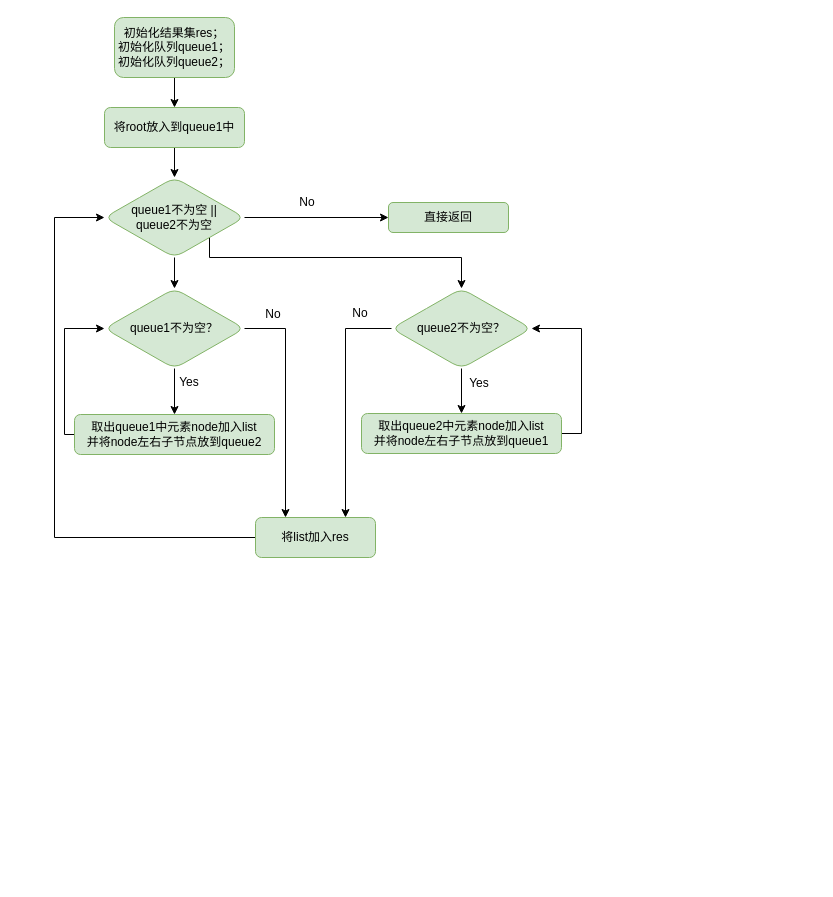
Earlier version of the draw.io diagram page "二叉树的层序遍历" (1 of 3) of 2022年4月9日.drawio (HonyoLAN/telmy). Source tidied: cells renumbered, new cells numbered last; positions are measured from the earlier drawing's top-left corner, leaving out a move shared by most shapes. Both pictures are drawn from the tidied source at 100%, with x=0, y=0 at pixel (54, 17).
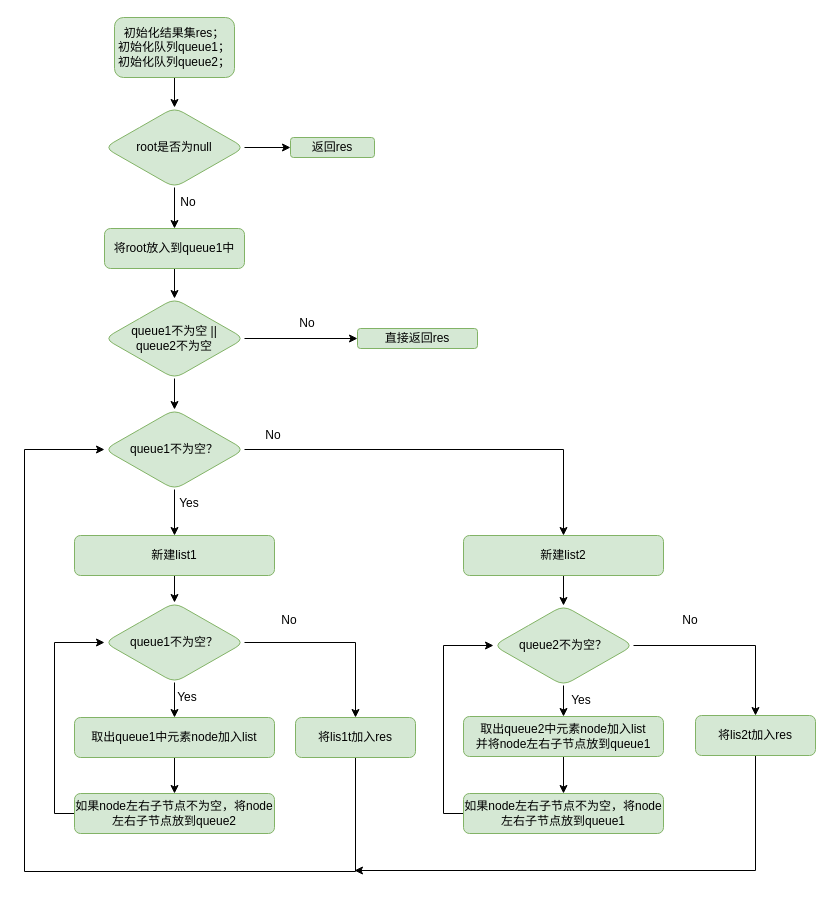
Above is the later version.

Commit message (it also covers changes not shown here):
更新2022年4月9日.drawio

Unchanged cells that the change refers to:
```xml
<mxCell id="3" value="初始化结果集res；&lt;br&gt;初始化队列queue1；&lt;br&gt;初始化队列queue2；" style="rounded=1;whiteSpace=wrap;html=1;fillColor=#d5e8d4;strokeColor=#82b366;" parent="1" vertex="1">
  <mxGeometry x="60" width="120" height="60" as="geometry" />
</mxCell>
```

Diff of the diagram source:
```diff
@@
-    <mxCell id="2" style="edgeStyle=orthogonalEdgeStyle;rounded=0;jettySize=auto;html=1;" parent="1" edge="1" source="3" target="5">
-      <mxGeometry relative="1" as="geometry" />
-    </mxCell>
+    <mxCell id="28" style="edgeStyle=orthogonalEdgeStyle;rounded=0;jettySize=auto;html=1;" parent="1" edge="1" source="3" target="37">
+      <mxGeometry relative="1" as="geometry" />
+    </mxCell>
@@
     <mxCell id="5" value="将root放入到queue1中" style="rounded=1;whiteSpace=wrap;html=1;fillColor=#d5e8d4;strokeColor=#82b366;" parent="1" vertex="1">
-      <mxGeometry x="50" y="90" width="140" height="40" as="geometry" />
+      <mxGeometry x="50" y="211" width="140" height="40" as="geometry" />
     </mxCell>
@@
-    <mxCell id="8" style="edgeStyle=orthogonalEdgeStyle;rounded=0;jettySize=auto;html=1;exitX=1;exitY=1;exitDx=0;exitDy=0;entryX=0.5;entryY=0;entryDx=0;entryDy=0;" parent="1" edge="1" source="9" target="20">
-      <mxGeometry relative="1" as="geometry">
-        <Array as="points">
-          <mxPoint x="155" y="240" />
-          <mxPoint x="407" y="240" />
-        </Array>
-      </mxGeometry>
-    </mxCell>
     <mxCell id="9" value="queue1不为空 ||&lt;br&gt;queue2不为空" style="rhombus;whiteSpace=wrap;html=1;fillColor=#d5e8d4;strokeColor=#82b366;rounded=1;" parent="1" vertex="1">
-      <mxGeometry x="50" y="160" width="140" height="80" as="geometry" />
+      <mxGeometry x="50" y="281" width="140" height="80" as="geometry" />
     </mxCell>
-    <mxCell id="10" style="edgeStyle=orthogonalEdgeStyle;rounded=0;jettySize=auto;html=1;exitX=0;exitY=0.5;exitDx=0;exitDy=0;entryX=0;entryY=0.5;entryDx=0;entryDy=0;" parent="1" edge="1" source="11" target="9">
-      <mxGeometry relative="1" as="geometry">
-        <Array as="points">
-          <mxPoint y="520" />
-          <mxPoint y="200" />
-        </Array>
-      </mxGeometry>
-    </mxCell>
+    <mxCell id="29" style="edgeStyle=orthogonalEdgeStyle;rounded=0;jettySize=auto;html=1;exitX=0.5;exitY=1;exitDx=0;exitDy=0;entryX=0;entryY=0.5;entryDx=0;entryDy=0;" parent="1" edge="1" source="11" target="16">
+      <mxGeometry relative="1" as="geometry">
+        <Array as="points">
+          <mxPoint x="301" y="854" />
+          <mxPoint x="-30" y="854" />
+          <mxPoint x="-30" y="432" />
+        </Array>
+      </mxGeometry>
+    </mxCell>
-    <mxCell id="11" value="将list加入res" style="rounded=1;whiteSpace=wrap;html=1;fillColor=#d5e8d4;strokeColor=#82b366;" parent="1" vertex="1">
-      <mxGeometry x="201" y="500" width="120" height="40" as="geometry" />
+    <mxCell id="11" value="将lis1t加入res" style="rounded=1;whiteSpace=wrap;html=1;fillColor=#d5e8d4;strokeColor=#82b366;" parent="1" vertex="1">
+      <mxGeometry x="241" y="700" width="120" height="40" as="geometry" />
     </mxCell>
-    <mxCell id="12" style="edgeStyle=orthogonalEdgeStyle;rounded=0;jettySize=auto;html=1;exitX=0;exitY=0.5;exitDx=0;exitDy=0;entryX=0;entryY=0.5;entryDx=0;entryDy=0;" parent="1" edge="1" source="13" target="16">
-      <mxGeometry relative="1" as="geometry">
-        <Array as="points">
-          <mxPoint x="10" y="417" />
-          <mxPoint x="10" y="311" />
-        </Array>
-      </mxGeometry>
-    </mxCell>
+    <mxCell id="30" style="edgeStyle=orthogonalEdgeStyle;rounded=0;jettySize=auto;html=1;" parent="1" edge="1" source="13" target="45">
+      <mxGeometry relative="1" as="geometry" />
+    </mxCell>
-    <mxCell id="13" value="取出queue1中元素node加入list&lt;br&gt;并将node左右子节点放到queue2" style="rounded=1;whiteSpace=wrap;html=1;fillColor=#d5e8d4;strokeColor=#82b366;" parent="1" vertex="1">
-      <mxGeometry x="20" y="397" width="200" height="40" as="geometry" />
+    <mxCell id="13" value="新建list1" style="rounded=1;whiteSpace=wrap;html=1;fillColor=#d5e8d4;strokeColor=#82b366;" parent="1" vertex="1">
+      <mxGeometry x="20" y="518" width="200" height="40" as="geometry" />
     </mxCell>
@@
-    <mxCell id="15" style="edgeStyle=orthogonalEdgeStyle;rounded=0;jettySize=auto;html=1;exitX=1;exitY=0.5;exitDx=0;exitDy=0;entryX=0.25;entryY=0;entryDx=0;entryDy=0;" parent="1" edge="1" source="16" target="11">
-      <mxGeometry relative="1" as="geometry" />
-    </mxCell>
+    <mxCell id="31" style="edgeStyle=orthogonalEdgeStyle;rounded=0;jettySize=auto;html=1;exitX=1;exitY=0.5;exitDx=0;exitDy=0;entryX=0.5;entryY=0;entryDx=0;entryDy=0;" parent="1" edge="1" source="16" target="47">
+      <mxGeometry relative="1" as="geometry" />
+    </mxCell>
     <mxCell id="16" value="queue1不为空？" style="rhombus;whiteSpace=wrap;html=1;fillColor=#d5e8d4;strokeColor=#82b366;rounded=1;" parent="1" vertex="1">
-      <mxGeometry x="50" y="271" width="140" height="80" as="geometry" />
+      <mxGeometry x="50" y="392" width="140" height="80" as="geometry" />
     </mxCell>
-    <mxCell id="17" value="直接返回" style="whiteSpace=wrap;html=1;fillColor=#d5e8d4;strokeColor=#82b366;rounded=1;" parent="1" vertex="1">
-      <mxGeometry x="334" y="185" width="120" height="30" as="geometry" />
+    <mxCell id="17" value="直接返回res" style="whiteSpace=wrap;html=1;fillColor=#d5e8d4;strokeColor=#82b366;rounded=1;" parent="1" vertex="1">
+      <mxGeometry x="303" y="311" width="120" height="20" as="geometry" />
     </mxCell>
@@
-    <mxCell id="19" style="edgeStyle=orthogonalEdgeStyle;rounded=0;jettySize=auto;html=1;exitX=0;exitY=0.5;exitDx=0;exitDy=0;entryX=0.75;entryY=0;entryDx=0;entryDy=0;" parent="1" edge="1" source="20" target="11">
-      <mxGeometry relative="1" as="geometry" />
-    </mxCell>
+    <mxCell id="32" style="edgeStyle=orthogonalEdgeStyle;rounded=0;jettySize=auto;html=1;exitX=1;exitY=0.5;exitDx=0;exitDy=0;" parent="1" edge="1" source="20" target="50">
+      <mxGeometry relative="1" as="geometry" />
+    </mxCell>
     <mxCell id="20" value="queue2不为空？" style="rhombus;whiteSpace=wrap;html=1;fillColor=#d5e8d4;strokeColor=#82b366;rounded=1;" parent="1" vertex="1">
-      <mxGeometry x="337" y="271" width="140" height="80" as="geometry" />
+      <mxGeometry x="439" y="588" width="140" height="80" as="geometry" />
     </mxCell>
-    <mxCell id="21" style="edgeStyle=orthogonalEdgeStyle;rounded=0;jettySize=auto;html=1;exitX=1;exitY=0.5;exitDx=0;exitDy=0;entryX=1;entryY=0.5;entryDx=0;entryDy=0;" parent="1" edge="1" source="22" target="20">
-      <mxGeometry relative="1" as="geometry" />
-    </mxCell>
+    <mxCell id="33" style="edgeStyle=orthogonalEdgeStyle;rounded=0;jettySize=auto;html=1;exitX=0;exitY=0.5;exitDx=0;exitDy=0;entryX=0;entryY=0.5;entryDx=0;entryDy=0;" parent="1" edge="1" source="53" target="20">
+      <mxGeometry relative="1" as="geometry" />
+    </mxCell>
+    <mxCell id="34" style="edgeStyle=orthogonalEdgeStyle;rounded=0;jettySize=auto;html=1;" parent="1" edge="1" source="22" target="53">
+      <mxGeometry relative="1" as="geometry" />
+    </mxCell>
     <mxCell id="22" value="取出queue2中元素node加入list&lt;br&gt;并将node左右子节点放到queue1" style="rounded=1;whiteSpace=wrap;html=1;fillColor=#d5e8d4;strokeColor=#82b366;" parent="1" vertex="1">
-      <mxGeometry x="307" y="396" width="200" height="40" as="geometry" />
+      <mxGeometry x="409" y="699" width="200" height="40" as="geometry" />
     </mxCell>
     <mxCell id="23" value="No" style="text;html=1;strokeColor=none;fillColor=none;align=center;verticalAlign=middle;whiteSpace=wrap;rounded=0;" parent="1" vertex="1">
-      <mxGeometry x="238" y="170" width="30" height="30" as="geometry" />
+      <mxGeometry x="238" y="291" width="30" height="30" as="geometry" />
     </mxCell>
     <mxCell id="24" value="Yes" style="text;html=1;strokeColor=none;fillColor=none;align=center;verticalAlign=middle;whiteSpace=wrap;rounded=0;" parent="1" vertex="1">
-      <mxGeometry x="120" y="350" width="30" height="30" as="geometry" />
+      <mxGeometry x="120" y="471" width="30" height="30" as="geometry" />
     </mxCell>
     <mxCell id="25" value="Yes" style="text;html=1;strokeColor=none;fillColor=none;align=center;verticalAlign=middle;whiteSpace=wrap;rounded=0;" parent="1" vertex="1">
-      <mxGeometry x="410" y="351" width="30" height="30" as="geometry" />
+      <mxGeometry x="512" y="668" width="30" height="30" as="geometry" />
     </mxCell>
     <mxCell id="26" value="No" style="text;html=1;strokeColor=none;fillColor=none;align=center;verticalAlign=middle;whiteSpace=wrap;rounded=0;" parent="1" vertex="1">
-      <mxGeometry x="204" y="282" width="30" height="30" as="geometry" />
+      <mxGeometry x="204" y="403" width="30" height="30" as="geometry" />
     </mxCell>
     <mxCell id="27" value="No" style="text;html=1;strokeColor=none;fillColor=none;align=center;verticalAlign=middle;whiteSpace=wrap;rounded=0;" parent="1" vertex="1">
-      <mxGeometry x="291" y="281" width="30" height="30" as="geometry" />
+      <mxGeometry x="220" y="588" width="30" height="30" as="geometry" />
     </mxCell>
+    <mxCell id="35" style="edgeStyle=orthogonalEdgeStyle;rounded=0;jettySize=auto;html=1;exitX=0.5;exitY=1;exitDx=0;exitDy=0;entryX=0.5;entryY=0;entryDx=0;entryDy=0;" parent="1" edge="1" source="37" target="5">
+      <mxGeometry relative="1" as="geometry" />
+    </mxCell>
+    <mxCell id="36" style="edgeStyle=orthogonalEdgeStyle;rounded=0;jettySize=auto;html=1;" parent="1" edge="1" source="37" target="39">
+      <mxGeometry relative="1" as="geometry" />
+    </mxCell>
+    <mxCell id="37" value="root是否为null" style="rhombus;whiteSpace=wrap;html=1;fillColor=#d5e8d4;strokeColor=#82b366;rounded=1;" parent="1" vertex="1">
+      <mxGeometry x="50" y="90" width="140" height="80" as="geometry" />
+    </mxCell>
+    <mxCell id="38" value="No" style="text;html=1;strokeColor=none;fillColor=none;align=center;verticalAlign=middle;whiteSpace=wrap;rounded=0;" parent="1" vertex="1">
+      <mxGeometry x="118" y="170" width="32" height="30" as="geometry" />
+    </mxCell>
+    <mxCell id="39" value="返回res" style="whiteSpace=wrap;html=1;fillColor=#d5e8d4;strokeColor=#82b366;rounded=1;" parent="1" vertex="1">
+      <mxGeometry x="236" y="120" width="84" height="20" as="geometry" />
+    </mxCell>
+    <mxCell id="40" style="edgeStyle=orthogonalEdgeStyle;rounded=0;jettySize=auto;html=1;exitX=0;exitY=0.5;exitDx=0;exitDy=0;entryX=0;entryY=0.5;entryDx=0;entryDy=0;" parent="1" edge="1" source="52" target="45">
+      <mxGeometry relative="1" as="geometry" />
+    </mxCell>
+    <mxCell id="41" style="edgeStyle=orthogonalEdgeStyle;rounded=0;jettySize=auto;html=1;" parent="1" edge="1" source="42" target="52">
+      <mxGeometry relative="1" as="geometry" />
+    </mxCell>
+    <mxCell id="42" value="取出queue1中元素node加入list&lt;br&gt;" style="rounded=1;whiteSpace=wrap;html=1;fillColor=#d5e8d4;strokeColor=#82b366;" parent="1" vertex="1">
+      <mxGeometry x="20" y="700" width="200" height="40" as="geometry" />
+    </mxCell>
+    <mxCell id="43" style="edgeStyle=orthogonalEdgeStyle;rounded=0;jettySize=auto;html=1;" parent="1" edge="1" source="45" target="42">
+      <mxGeometry relative="1" as="geometry" />
+    </mxCell>
+    <mxCell id="44" style="edgeStyle=orthogonalEdgeStyle;rounded=0;jettySize=auto;html=1;exitX=1;exitY=0.5;exitDx=0;exitDy=0;entryX=0.5;entryY=0;entryDx=0;entryDy=0;" parent="1" edge="1" source="45" target="11">
+      <mxGeometry relative="1" as="geometry" />
+    </mxCell>
+    <mxCell id="45" value="queue1不为空？" style="rhombus;whiteSpace=wrap;html=1;fillColor=#d5e8d4;strokeColor=#82b366;rounded=1;" parent="1" vertex="1">
+      <mxGeometry x="50" y="585" width="140" height="80" as="geometry" />
+    </mxCell>
+    <mxCell id="46" style="edgeStyle=orthogonalEdgeStyle;rounded=0;jettySize=auto;html=1;exitX=0.5;exitY=1;exitDx=0;exitDy=0;entryX=0.5;entryY=0;entryDx=0;entryDy=0;" parent="1" edge="1" source="47" target="20">
+      <mxGeometry relative="1" as="geometry" />
+    </mxCell>
+    <mxCell id="47" value="新建list2" style="rounded=1;whiteSpace=wrap;html=1;fillColor=#d5e8d4;strokeColor=#82b366;" parent="1" vertex="1">
+      <mxGeometry x="409" y="518" width="200" height="40" as="geometry" />
+    </mxCell>
+    <mxCell id="48" value="Yes" style="text;html=1;strokeColor=none;fillColor=none;align=center;verticalAlign=middle;whiteSpace=wrap;rounded=0;" parent="1" vertex="1">
+      <mxGeometry x="118" y="665" width="30" height="30" as="geometry" />
+    </mxCell>
+    <mxCell id="49" style="edgeStyle=orthogonalEdgeStyle;rounded=0;jettySize=auto;html=1;exitX=0.5;exitY=1;exitDx=0;exitDy=0;" parent="1" edge="1" source="50">
+      <mxGeometry relative="1" as="geometry">
+        <mxPoint x="300" y="853" as="targetPoint" />
+        <Array as="points">
+          <mxPoint x="701" y="853" />
+        </Array>
+      </mxGeometry>
+    </mxCell>
+    <mxCell id="50" value="将lis2t加入res" style="rounded=1;whiteSpace=wrap;html=1;fillColor=#d5e8d4;strokeColor=#82b366;" parent="1" vertex="1">
+      <mxGeometry x="641" y="698" width="120" height="40" as="geometry" />
+    </mxCell>
+    <mxCell id="51" value="No" style="text;html=1;strokeColor=none;fillColor=none;align=center;verticalAlign=middle;whiteSpace=wrap;rounded=0;" parent="1" vertex="1">
+      <mxGeometry x="621" y="588" width="30" height="30" as="geometry" />
+    </mxCell>
+    <mxCell id="52" value="如果node左右子节点不为空，将node左右子节点放到queue2" style="rounded=1;whiteSpace=wrap;html=1;fillColor=#d5e8d4;strokeColor=#82b366;" parent="1" vertex="1">
+      <mxGeometry x="20" y="776" width="200" height="40" as="geometry" />
+    </mxCell>
+    <mxCell id="53" value="如果node左右子节点不为空，将node左右子节点放到queue1" style="rounded=1;whiteSpace=wrap;html=1;fillColor=#d5e8d4;strokeColor=#82b366;" parent="1" vertex="1">
+      <mxGeometry x="409" y="776" width="200" height="40" as="geometry" />
+    </mxCell>
```
